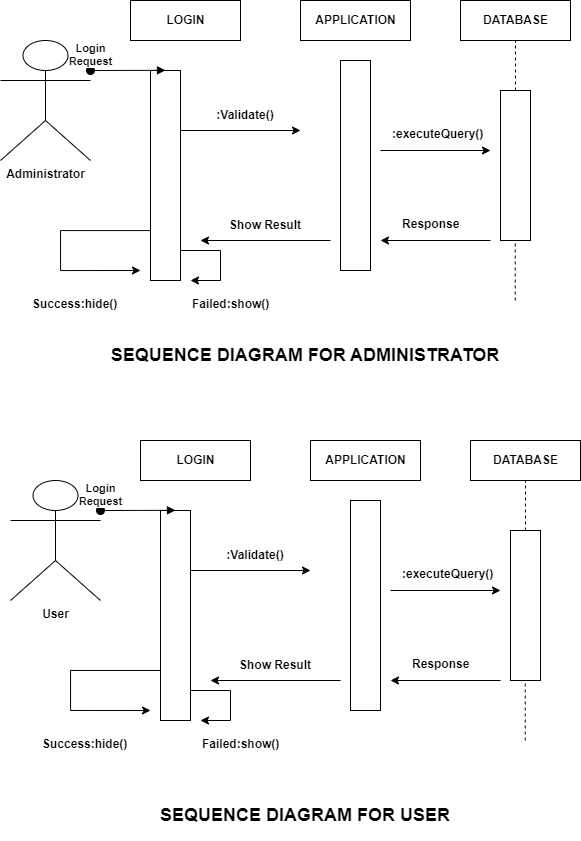
prathamjc/TY-project keeps this draw.io diagram as Diagrams/Sequence Diagram.png. Above is the earlier version. Source tidied: cells renumbered, new cells last; positions are measured from the earlier drawing's top-left corner, leaving out a move shared by most shapes. Its diagram source:
```xml
<mxGraphModel>
  <root>
    <mxCell id="0" />
    <mxCell id="1" parent="0" />
    <mxCell id="2" value="&lt;b&gt;Administrator&lt;/b&gt;" style="shape=umlActor;verticalLabelPosition=bottom;verticalAlign=top;html=1;" parent="1" vertex="1">
      <mxGeometry y="40" width="90" height="120" as="geometry" />
    </mxCell>
    <mxCell id="3" style="html=1;points=[];perimeter=orthogonalPerimeter;outlineConnect=0;targetShapes=umlLifeline;portConstraint=eastwest;newEdgeStyle={&quot;edgeStyle&quot;:&quot;elbowEdgeStyle&quot;,&quot;elbow&quot;:&quot;vertical&quot;,&quot;curved&quot;:0,&quot;rounded&quot;:0};" parent="1" vertex="1">
      <mxGeometry x="150" y="70" width="30" height="210" as="geometry" />
    </mxCell>
    <mxCell id="4" value="&lt;b&gt;Login &lt;br&gt;Request&lt;/b&gt;" style="html=1;verticalAlign=bottom;startArrow=oval;endArrow=block;startSize=8;edgeStyle=elbowEdgeStyle;elbow=vertical;curved=0;rounded=0;" parent="1" edge="1" target="3">
      <mxGeometry x="-1" relative="1" as="geometry">
        <mxPoint x="90" y="70" as="sourcePoint" />
      </mxGeometry>
    </mxCell>
    <mxCell id="5" value="&lt;b&gt;LOGIN&lt;/b&gt;" style="html=1;" parent="1" vertex="1">
      <mxGeometry x="130" width="110" height="40" as="geometry" />
    </mxCell>
    <mxCell id="6" value="&lt;b&gt;APPLICATION&lt;/b&gt;" style="html=1;" parent="1" vertex="1">
      <mxGeometry x="300" width="110" height="40" as="geometry" />
    </mxCell>
    <mxCell id="7" value="&lt;b&gt;DATABASE&lt;/b&gt;" style="html=1;" parent="1" vertex="1">
      <mxGeometry x="460" width="110" height="40" as="geometry" />
    </mxCell>
    <mxCell id="8" style="html=1;points=[];perimeter=orthogonalPerimeter;outlineConnect=0;targetShapes=umlLifeline;portConstraint=eastwest;newEdgeStyle={&quot;edgeStyle&quot;:&quot;elbowEdgeStyle&quot;,&quot;elbow&quot;:&quot;vertical&quot;,&quot;curved&quot;:0,&quot;rounded&quot;:0};" parent="1" vertex="1">
      <mxGeometry x="500" y="90" width="30" height="150" as="geometry" />
    </mxCell>
    <mxCell id="9" style="html=1;perimeter=orthogonalPerimeter;targetShapes=umlLifeline;newEdgeStyle={&quot;edgeStyle&quot;:&quot;elbowEdgeStyle&quot;,&quot;elbow&quot;:&quot;vertical&quot;,&quot;curved&quot;:0,&quot;rounded&quot;:0};" parent="1" vertex="1">
      <mxGeometry x="340" y="60" width="30" height="210" as="geometry" />
    </mxCell>
    <mxCell id="10" style="endArrow=classic;html=1;rounded=0;" parent="1" edge="1" source="3">
      <mxGeometry relative="1" as="geometry">
        <mxPoint x="300" y="130" as="targetPoint" />
      </mxGeometry>
    </mxCell>
    <mxCell id="11" style="endArrow=classic;html=1;rounded=0;" parent="1" edge="1">
      <mxGeometry relative="1" as="geometry">
        <mxPoint x="330" y="240" as="sourcePoint" />
        <mxPoint x="200" y="240" as="targetPoint" />
      </mxGeometry>
    </mxCell>
    <mxCell id="12" value="&lt;b&gt;:Validate()&lt;/b&gt;" style="text;html=1;strokeColor=none;fillColor=none;align=center;verticalAlign=middle;whiteSpace=wrap;rounded=0;" parent="1" vertex="1">
      <mxGeometry x="200" y="100" width="90" height="30" as="geometry" />
    </mxCell>
    <mxCell id="13" style="endArrow=classic;html=1;rounded=0;edgeStyle=orthogonalEdgeStyle;" parent="1" edge="1" source="3">
      <mxGeometry relative="1" as="geometry">
        <mxPoint x="140" y="270" as="targetPoint" />
        <Array as="points">
          <mxPoint x="60" y="230" />
          <mxPoint x="60" y="270" />
        </Array>
      </mxGeometry>
    </mxCell>
    <mxCell id="14" value="&lt;b&gt;Show Result&lt;/b&gt;" style="text;html=1;strokeColor=none;fillColor=none;align=center;verticalAlign=middle;whiteSpace=wrap;rounded=0;" parent="1" vertex="1">
      <mxGeometry x="220" y="210" width="90" height="30" as="geometry" />
    </mxCell>
    <mxCell id="15" value="&lt;div style=&quot;text-align: center;&quot;&gt;&lt;span style=&quot;background-color: initial;&quot;&gt;&lt;b&gt;Success:hide()&lt;/b&gt;&lt;/span&gt;&lt;/div&gt;" style="text;whiteSpace=wrap;html=1;" parent="1" vertex="1">
      <mxGeometry x="30" y="290" width="90" height="40" as="geometry" />
    </mxCell>
    <mxCell id="16" value="&lt;div style=&quot;text-align: center;&quot;&gt;&lt;span style=&quot;background-color: initial;&quot;&gt;&lt;b&gt;Failed:show()&lt;/b&gt;&lt;/span&gt;&lt;/div&gt;" style="text;whiteSpace=wrap;html=1;" parent="1" vertex="1">
      <mxGeometry x="190" y="290" width="90" height="40" as="geometry" />
    </mxCell>
    <mxCell id="17" style="endArrow=none;html=1;rounded=0;" parent="1" edge="1">
      <mxGeometry relative="1" as="geometry">
        <mxPoint x="180" y="250" as="sourcePoint" />
        <mxPoint x="220" y="250" as="targetPoint" />
      </mxGeometry>
    </mxCell>
    <mxCell id="18" style="endArrow=none;html=1;rounded=0;" parent="1" edge="1">
      <mxGeometry relative="1" as="geometry">
        <mxPoint x="220" y="280" as="sourcePoint" />
        <mxPoint x="220" y="250" as="targetPoint" />
      </mxGeometry>
    </mxCell>
    <mxCell id="19" style="endArrow=classic;html=1;rounded=0;" parent="1" edge="1">
      <mxGeometry relative="1" as="geometry">
        <mxPoint x="220" y="280" as="sourcePoint" />
        <mxPoint x="190" y="280" as="targetPoint" />
      </mxGeometry>
    </mxCell>
    <mxCell id="20" style="endArrow=classic;html=1;rounded=0;" parent="1" edge="1">
      <mxGeometry relative="1" as="geometry">
        <mxPoint x="380" y="150" as="sourcePoint" />
        <mxPoint x="490" y="150" as="targetPoint" />
      </mxGeometry>
    </mxCell>
    <mxCell id="21" style="endArrow=none;dashed=1;html=1;rounded=0;entryX=0.5;entryY=1;entryDx=0;entryDy=0;" parent="1" edge="1" source="8" target="7">
      <mxGeometry relative="1" as="geometry" />
    </mxCell>
    <mxCell id="22" style="endArrow=none;dashed=1;html=1;rounded=0;" parent="1" edge="1">
      <mxGeometry relative="1" as="geometry">
        <mxPoint x="514.7" y="300" as="sourcePoint" />
        <mxPoint x="514.7" y="240" as="targetPoint" />
      </mxGeometry>
    </mxCell>
    <mxCell id="23" style="endArrow=classic;html=1;rounded=0;" parent="1" edge="1">
      <mxGeometry relative="1" as="geometry">
        <mxPoint x="490" y="240" as="sourcePoint" />
        <mxPoint x="380" y="240" as="targetPoint" />
      </mxGeometry>
    </mxCell>
    <mxCell id="24" value="&lt;div style=&quot;text-align: center;&quot;&gt;&lt;span style=&quot;background-color: initial;&quot;&gt;&lt;b&gt;:executeQuery()&lt;/b&gt;&lt;/span&gt;&lt;/div&gt;" style="text;whiteSpace=wrap;html=1;" parent="1" vertex="1">
      <mxGeometry x="390" y="120" width="90" height="40" as="geometry" />
    </mxCell>
    <mxCell id="25" value="&lt;div style=&quot;text-align: center;&quot;&gt;&lt;span style=&quot;background-color: initial;&quot;&gt;&lt;b&gt;Response&lt;/b&gt;&lt;/span&gt;&lt;/div&gt;" style="text;whiteSpace=wrap;html=1;" parent="1" vertex="1">
      <mxGeometry x="400" y="210" width="110" height="40" as="geometry" />
    </mxCell>
    <mxCell id="26" value="&lt;b&gt;User&lt;/b&gt;" style="shape=umlActor;verticalLabelPosition=bottom;verticalAlign=top;html=1;" parent="1" vertex="1">
      <mxGeometry x="10" y="480" width="90" height="120" as="geometry" />
    </mxCell>
    <mxCell id="27" style="html=1;points=[];perimeter=orthogonalPerimeter;outlineConnect=0;targetShapes=umlLifeline;portConstraint=eastwest;newEdgeStyle={&quot;edgeStyle&quot;:&quot;elbowEdgeStyle&quot;,&quot;elbow&quot;:&quot;vertical&quot;,&quot;curved&quot;:0,&quot;rounded&quot;:0};" parent="1" vertex="1">
      <mxGeometry x="160" y="510" width="30" height="210" as="geometry" />
    </mxCell>
    <mxCell id="28" value="&lt;b&gt;Login &lt;br&gt;Request&lt;/b&gt;" style="html=1;verticalAlign=bottom;startArrow=oval;endArrow=block;startSize=8;edgeStyle=elbowEdgeStyle;elbow=vertical;curved=0;rounded=0;" parent="1" edge="1" target="27">
      <mxGeometry x="-1" relative="1" as="geometry">
        <mxPoint x="100" y="510" as="sourcePoint" />
      </mxGeometry>
    </mxCell>
    <mxCell id="29" value="&lt;b&gt;LOGIN&lt;/b&gt;" style="html=1;" parent="1" vertex="1">
      <mxGeometry x="140" y="440" width="110" height="40" as="geometry" />
    </mxCell>
    <mxCell id="30" value="&lt;b&gt;APPLICATION&lt;/b&gt;" style="html=1;" parent="1" vertex="1">
      <mxGeometry x="310" y="440" width="110" height="40" as="geometry" />
    </mxCell>
    <mxCell id="31" value="&lt;b&gt;DATABASE&lt;/b&gt;" style="html=1;" parent="1" vertex="1">
      <mxGeometry x="470" y="440" width="110" height="40" as="geometry" />
    </mxCell>
    <mxCell id="32" style="html=1;points=[];perimeter=orthogonalPerimeter;outlineConnect=0;targetShapes=umlLifeline;portConstraint=eastwest;newEdgeStyle={&quot;edgeStyle&quot;:&quot;elbowEdgeStyle&quot;,&quot;elbow&quot;:&quot;vertical&quot;,&quot;curved&quot;:0,&quot;rounded&quot;:0};" parent="1" vertex="1">
      <mxGeometry x="510" y="530" width="30" height="150" as="geometry" />
    </mxCell>
    <mxCell id="33" style="html=1;perimeter=orthogonalPerimeter;targetShapes=umlLifeline;newEdgeStyle={&quot;edgeStyle&quot;:&quot;elbowEdgeStyle&quot;,&quot;elbow&quot;:&quot;vertical&quot;,&quot;curved&quot;:0,&quot;rounded&quot;:0};" parent="1" vertex="1">
      <mxGeometry x="350" y="500" width="30" height="210" as="geometry" />
    </mxCell>
    <mxCell id="34" style="endArrow=classic;html=1;rounded=0;" parent="1" edge="1" source="27">
      <mxGeometry relative="1" as="geometry">
        <mxPoint x="310" y="570" as="targetPoint" />
      </mxGeometry>
    </mxCell>
    <mxCell id="35" style="endArrow=classic;html=1;rounded=0;" parent="1" edge="1">
      <mxGeometry relative="1" as="geometry">
        <mxPoint x="340" y="680" as="sourcePoint" />
        <mxPoint x="210" y="680" as="targetPoint" />
      </mxGeometry>
    </mxCell>
    <mxCell id="36" value="&lt;b&gt;:Validate()&lt;/b&gt;" style="text;html=1;strokeColor=none;fillColor=none;align=center;verticalAlign=middle;whiteSpace=wrap;rounded=0;" parent="1" vertex="1">
      <mxGeometry x="210" y="540" width="90" height="30" as="geometry" />
    </mxCell>
    <mxCell id="37" style="endArrow=classic;html=1;rounded=0;edgeStyle=orthogonalEdgeStyle;" parent="1" edge="1" source="27">
      <mxGeometry relative="1" as="geometry">
        <mxPoint x="150" y="710" as="targetPoint" />
        <Array as="points">
          <mxPoint x="70" y="670" />
          <mxPoint x="70" y="710" />
        </Array>
      </mxGeometry>
    </mxCell>
    <mxCell id="38" value="&lt;b&gt;Show Result&lt;/b&gt;" style="text;html=1;strokeColor=none;fillColor=none;align=center;verticalAlign=middle;whiteSpace=wrap;rounded=0;" parent="1" vertex="1">
      <mxGeometry x="230" y="650" width="90" height="30" as="geometry" />
    </mxCell>
    <mxCell id="39" value="&lt;div style=&quot;text-align: center;&quot;&gt;&lt;span style=&quot;background-color: initial;&quot;&gt;&lt;b&gt;Success:hide()&lt;/b&gt;&lt;/span&gt;&lt;/div&gt;" style="text;whiteSpace=wrap;html=1;" parent="1" vertex="1">
      <mxGeometry x="40" y="730" width="90" height="40" as="geometry" />
    </mxCell>
    <mxCell id="40" value="&lt;div style=&quot;text-align: center;&quot;&gt;&lt;span style=&quot;background-color: initial;&quot;&gt;&lt;b&gt;Failed:show()&lt;/b&gt;&lt;/span&gt;&lt;/div&gt;" style="text;whiteSpace=wrap;html=1;" parent="1" vertex="1">
      <mxGeometry x="200" y="730" width="90" height="40" as="geometry" />
    </mxCell>
    <mxCell id="41" style="endArrow=none;html=1;rounded=0;" parent="1" edge="1">
      <mxGeometry relative="1" as="geometry">
        <mxPoint x="190" y="690" as="sourcePoint" />
        <mxPoint x="230" y="690" as="targetPoint" />
      </mxGeometry>
    </mxCell>
    <mxCell id="42" style="endArrow=none;html=1;rounded=0;" parent="1" edge="1">
      <mxGeometry relative="1" as="geometry">
        <mxPoint x="230" y="720" as="sourcePoint" />
        <mxPoint x="230" y="690" as="targetPoint" />
      </mxGeometry>
    </mxCell>
    <mxCell id="43" style="endArrow=classic;html=1;rounded=0;" parent="1" edge="1">
      <mxGeometry relative="1" as="geometry">
        <mxPoint x="230" y="720" as="sourcePoint" />
        <mxPoint x="200" y="720" as="targetPoint" />
      </mxGeometry>
    </mxCell>
    <mxCell id="44" style="endArrow=classic;html=1;rounded=0;" parent="1" edge="1">
      <mxGeometry relative="1" as="geometry">
        <mxPoint x="390" y="590" as="sourcePoint" />
        <mxPoint x="500" y="590" as="targetPoint" />
      </mxGeometry>
    </mxCell>
    <mxCell id="45" style="endArrow=none;dashed=1;html=1;rounded=0;entryX=0.5;entryY=1;entryDx=0;entryDy=0;" parent="1" edge="1" source="32" target="31">
      <mxGeometry relative="1" as="geometry" />
    </mxCell>
    <mxCell id="46" style="endArrow=none;dashed=1;html=1;rounded=0;" parent="1" edge="1">
      <mxGeometry relative="1" as="geometry">
        <mxPoint x="524.7" y="740" as="sourcePoint" />
        <mxPoint x="524.7" y="680" as="targetPoint" />
      </mxGeometry>
    </mxCell>
    <mxCell id="47" style="endArrow=classic;html=1;rounded=0;" parent="1" edge="1">
      <mxGeometry relative="1" as="geometry">
        <mxPoint x="500" y="680" as="sourcePoint" />
        <mxPoint x="390" y="680" as="targetPoint" />
      </mxGeometry>
    </mxCell>
    <mxCell id="48" value="&lt;div style=&quot;text-align: center;&quot;&gt;&lt;span style=&quot;background-color: initial;&quot;&gt;&lt;b&gt;:executeQuery()&lt;/b&gt;&lt;/span&gt;&lt;/div&gt;" style="text;whiteSpace=wrap;html=1;" parent="1" vertex="1">
      <mxGeometry x="400" y="560" width="90" height="40" as="geometry" />
    </mxCell>
    <mxCell id="49" value="&lt;div style=&quot;text-align: center;&quot;&gt;&lt;span style=&quot;background-color: initial;&quot;&gt;&lt;b&gt;Response&lt;/b&gt;&lt;/span&gt;&lt;/div&gt;" style="text;whiteSpace=wrap;html=1;" parent="1" vertex="1">
      <mxGeometry x="410" y="650" width="110" height="40" as="geometry" />
    </mxCell>
    <mxCell id="50" value="&lt;h2 style=&quot;border-color: var(--border-color);&quot;&gt;&lt;b style=&quot;border-color: var(--border-color);&quot;&gt;SEQUENCE DIAGRAM FOR ADMINISTRATOR&lt;/b&gt;&lt;/h2&gt;" style="text;html=1;strokeColor=none;fillColor=none;align=center;verticalAlign=middle;whiteSpace=wrap;rounded=0;" parent="1" vertex="1">
      <mxGeometry x="100" y="340" width="410" height="30" as="geometry" />
    </mxCell>
    <mxCell id="51" value="&lt;h2 style=&quot;border-color: var(--border-color);&quot;&gt;&lt;b style=&quot;border-color: var(--border-color);&quot;&gt;SEQUENCE DIAGRAM FOR USER&lt;/b&gt;&lt;/h2&gt;" style="text;html=1;strokeColor=none;fillColor=none;align=center;verticalAlign=middle;whiteSpace=wrap;rounded=0;" parent="1" vertex="1">
      <mxGeometry x="100" y="800" width="410" height="30" as="geometry" />
    </mxCell>
  </root>
</mxGraphModel>
```
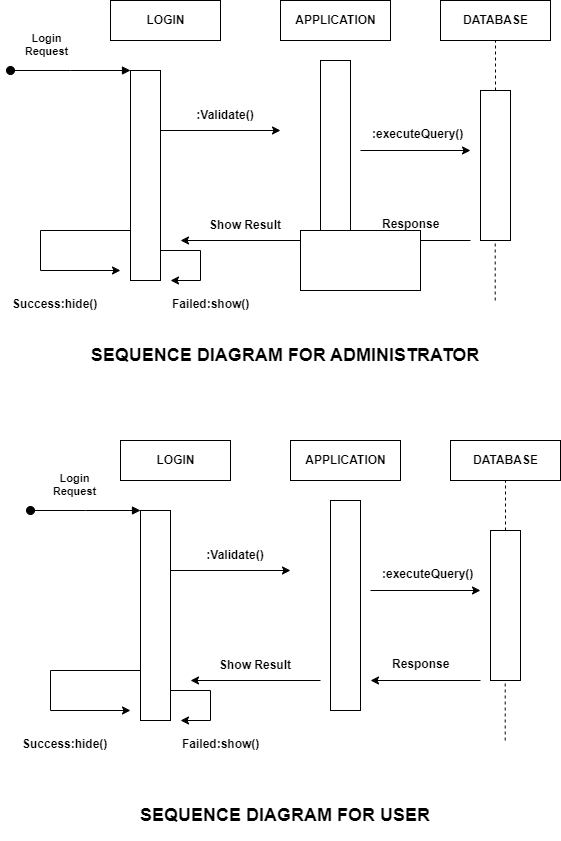
The same file after the commit.

The edit, as a diff of the source:
```diff
@@ -2,15 +2,12 @@
   <root>
     <mxCell id="0" />
     <mxCell id="1" parent="0" />
-    <mxCell id="2" value="&lt;b&gt;Administrator&lt;/b&gt;" style="shape=umlActor;verticalLabelPosition=bottom;verticalAlign=top;html=1;" parent="1" vertex="1">
-      <mxGeometry y="40" width="90" height="120" as="geometry" />
-    </mxCell>
     <mxCell id="3" style="html=1;points=[];perimeter=orthogonalPerimeter;outlineConnect=0;targetShapes=umlLifeline;portConstraint=eastwest;newEdgeStyle={&quot;edgeStyle&quot;:&quot;elbowEdgeStyle&quot;,&quot;elbow&quot;:&quot;vertical&quot;,&quot;curved&quot;:0,&quot;rounded&quot;:0};" parent="1" vertex="1">
       <mxGeometry x="150" y="70" width="30" height="210" as="geometry" />
     </mxCell>
     <mxCell id="4" value="&lt;b&gt;Login &lt;br&gt;Request&lt;/b&gt;" style="html=1;verticalAlign=bottom;startArrow=oval;endArrow=block;startSize=8;edgeStyle=elbowEdgeStyle;elbow=vertical;curved=0;rounded=0;" parent="1" edge="1" target="3">
-      <mxGeometry x="-1" relative="1" as="geometry">
-        <mxPoint x="90" y="70" as="sourcePoint" />
+      <mxGeometry x="-0.4" y="10" relative="1" as="geometry">
+        <mxPoint x="30" y="70" as="sourcePoint" />
       </mxGeometry>
     </mxCell>
     <mxCell id="5" value="&lt;b&gt;LOGIN&lt;/b&gt;" style="html=1;" parent="1" vertex="1">
@@ -105,15 +102,12 @@
     <mxCell id="25" value="&lt;div style=&quot;text-align: center;&quot;&gt;&lt;span style=&quot;background-color: initial;&quot;&gt;&lt;b&gt;Response&lt;/b&gt;&lt;/span&gt;&lt;/div&gt;" style="text;whiteSpace=wrap;html=1;" parent="1" vertex="1">
       <mxGeometry x="400" y="210" width="110" height="40" as="geometry" />
     </mxCell>
-    <mxCell id="26" value="&lt;b&gt;User&lt;/b&gt;" style="shape=umlActor;verticalLabelPosition=bottom;verticalAlign=top;html=1;" parent="1" vertex="1">
-      <mxGeometry x="10" y="480" width="90" height="120" as="geometry" />
-    </mxCell>
     <mxCell id="27" style="html=1;points=[];perimeter=orthogonalPerimeter;outlineConnect=0;targetShapes=umlLifeline;portConstraint=eastwest;newEdgeStyle={&quot;edgeStyle&quot;:&quot;elbowEdgeStyle&quot;,&quot;elbow&quot;:&quot;vertical&quot;,&quot;curved&quot;:0,&quot;rounded&quot;:0};" parent="1" vertex="1">
       <mxGeometry x="160" y="510" width="30" height="210" as="geometry" />
     </mxCell>
     <mxCell id="28" value="&lt;b&gt;Login &lt;br&gt;Request&lt;/b&gt;" style="html=1;verticalAlign=bottom;startArrow=oval;endArrow=block;startSize=8;edgeStyle=elbowEdgeStyle;elbow=vertical;curved=0;rounded=0;" parent="1" edge="1" target="27">
-      <mxGeometry x="-1" relative="1" as="geometry">
-        <mxPoint x="100" y="510" as="sourcePoint" />
+      <mxGeometry x="-0.2" y="10" relative="1" as="geometry">
+        <mxPoint x="50" y="510" as="sourcePoint" />
       </mxGeometry>
     </mxCell>
     <mxCell id="29" value="&lt;b&gt;LOGIN&lt;/b&gt;" style="html=1;" parent="1" vertex="1">
@@ -214,5 +208,8 @@
     <mxCell id="51" value="&lt;h2 style=&quot;border-color: var(--border-color);&quot;&gt;&lt;b style=&quot;border-color: var(--border-color);&quot;&gt;SEQUENCE DIAGRAM FOR USER&lt;/b&gt;&lt;/h2&gt;" style="text;html=1;strokeColor=none;fillColor=none;align=center;verticalAlign=middle;whiteSpace=wrap;rounded=0;" parent="1" vertex="1">
       <mxGeometry x="100" y="800" width="410" height="30" as="geometry" />
     </mxCell>
+    <mxCell id="52" style="rounded=0;whiteSpace=wrap;html=1;" parent="1" vertex="1">
+      <mxGeometry x="320" y="230" width="120" height="60" as="geometry" />
+    </mxCell>
   </root>
 </mxGraphModel>
```
